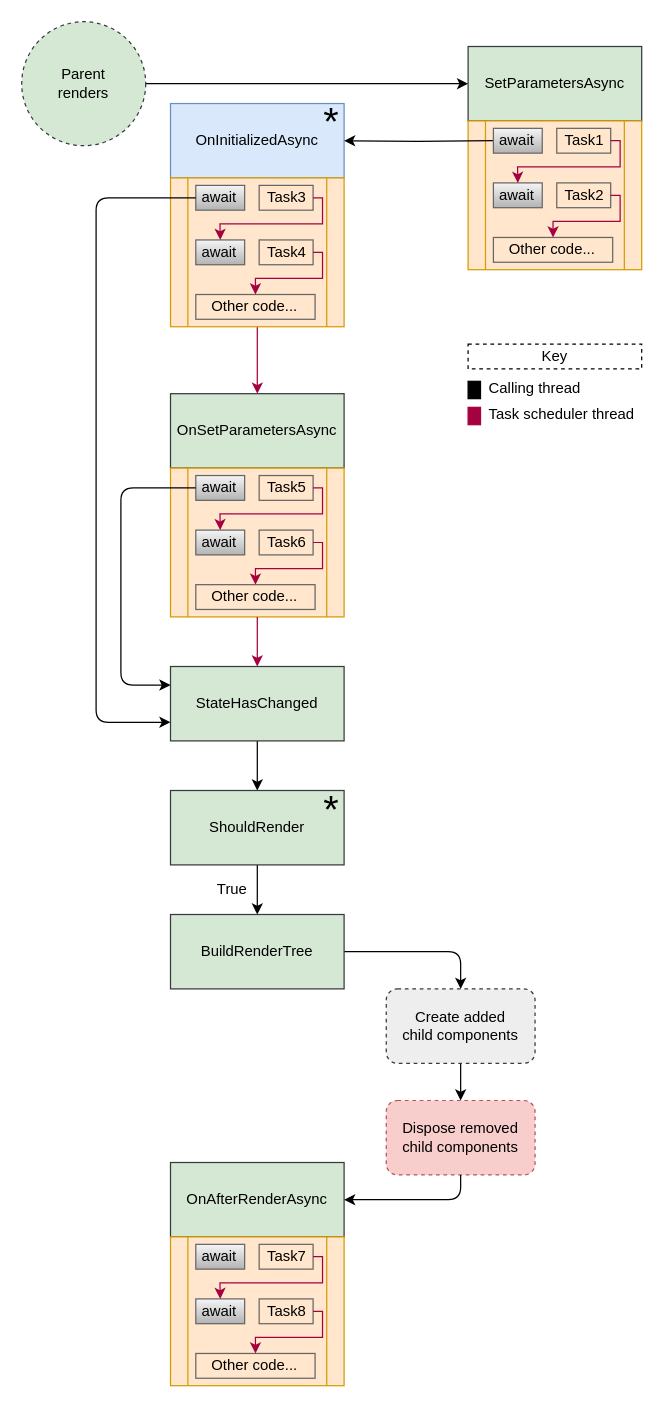
Earlier version of the draw.io diagram assets/component-lifecycle-await-v2.drawio (mrpmorris/blazor-university). Source tidied: cells renumbered, new cells numbered last; positions are measured from the earlier drawing's top-left corner, leaving out a move shared by most shapes. Both pictures are drawn from the tidied source at 124%, with x=0, y=0 at pixel (21, 21).
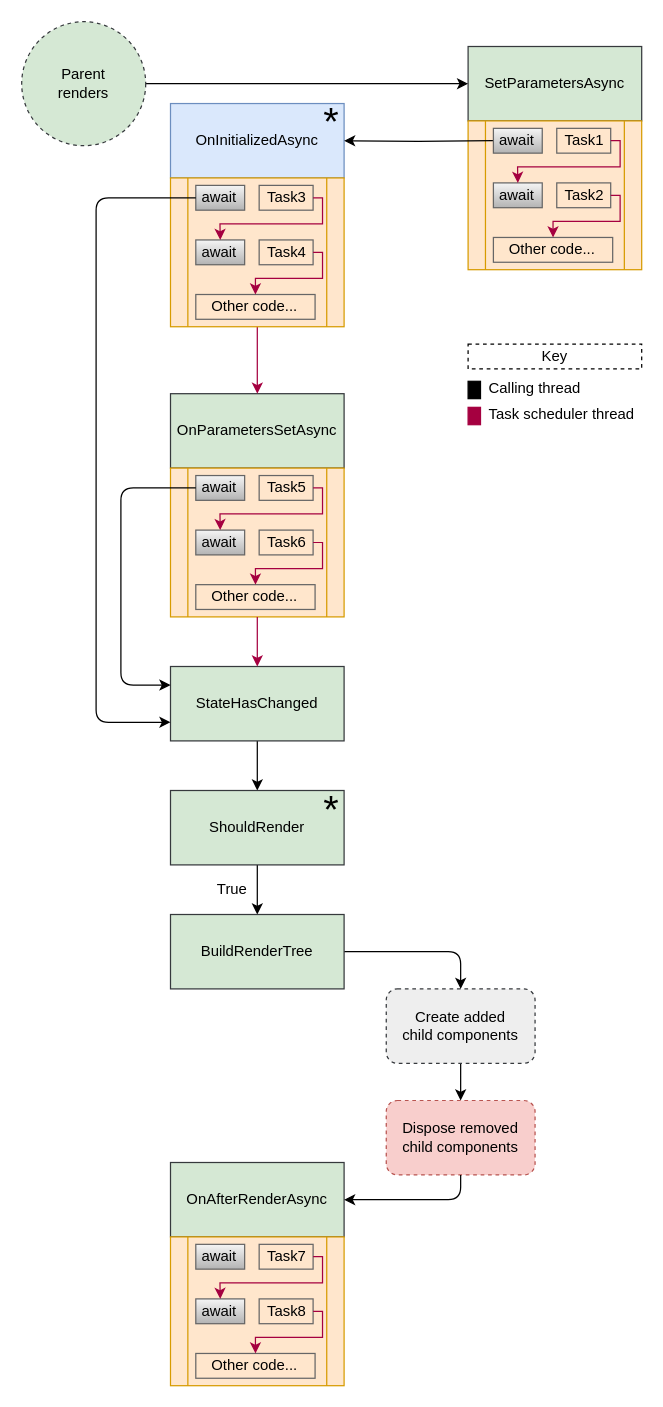
Above is the later version.

Commit message:
Fix name in diagram

Change to the diagram source:
```diff
@@
-    <mxCell id="14" value="OnSetParametersAsync" style="rounded=0;whiteSpace=wrap;html=1;strokeColor=#36393d;glass=0;fillColor=#D5E8D4;" parent="1" vertex="1">
+    <mxCell id="14" value="OnParametersSetAsync" style="rounded=0;whiteSpace=wrap;html=1;strokeColor=#36393d;glass=0;fillColor=#D5E8D4;" parent="1" vertex="1">
       <mxGeometry x="120" y="300" width="140" height="60" as="geometry" />
     </mxCell>
```
